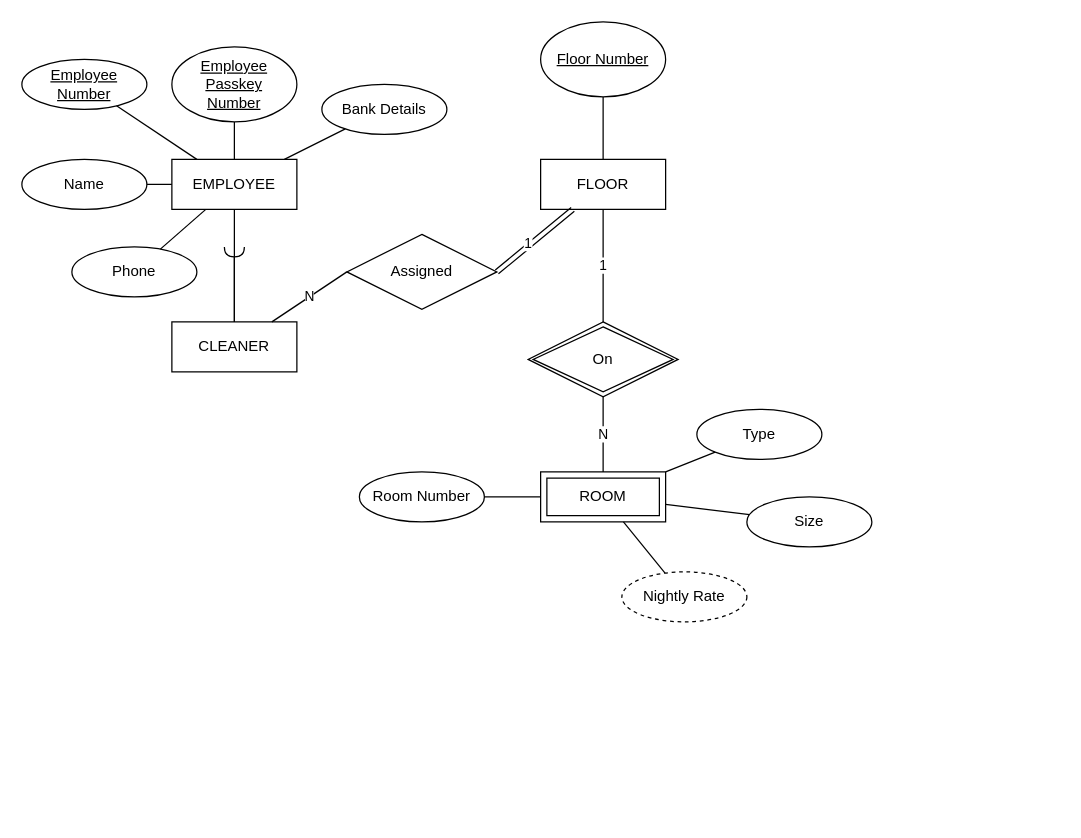
Earlier version of the draw.io diagram INFS 1200 25 T2 Assignment 1 Q1.2.drawio (ActuallyHappening/Classe-de-UQ). Source tidied: cells renumbered, new cells numbered last; positions are measured from the earlier drawing's top-left corner, leaving out a move shared by most shapes. Both pictures are drawn from the tidied source at 125%, with x=0, y=0 at pixel (21, 21).
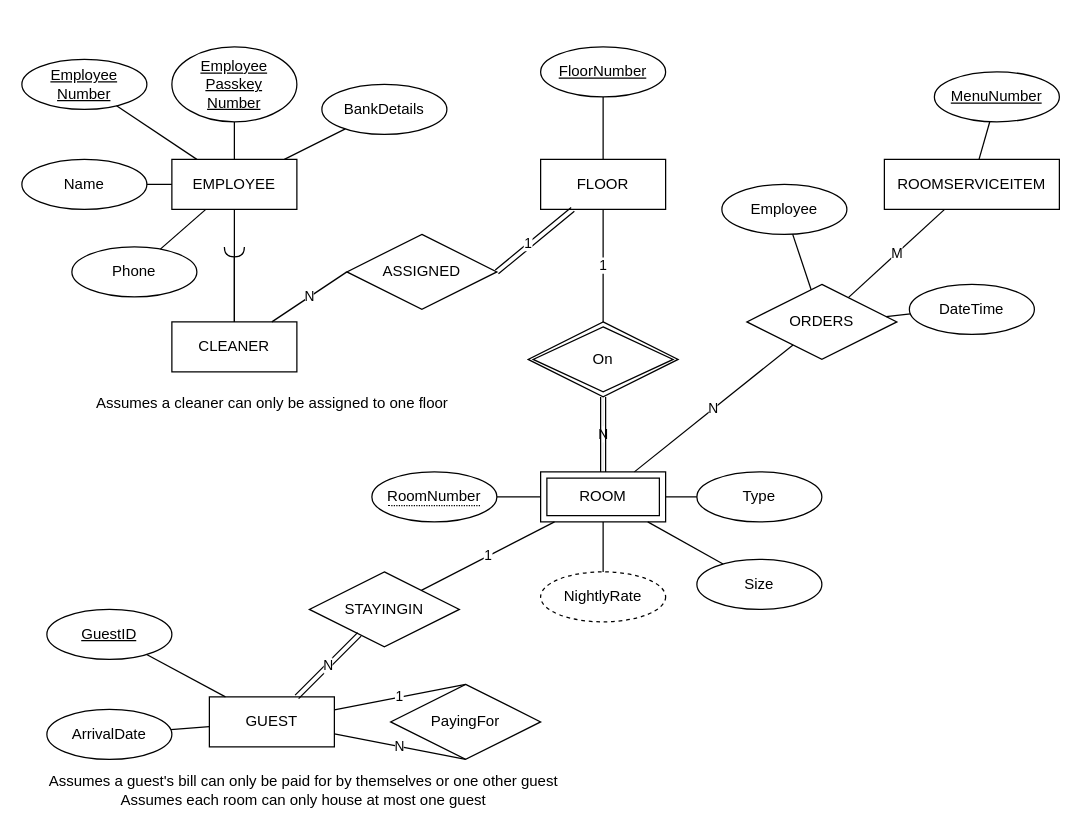
The same diagram, later.

The change refers to these unchanged cells:
```xml
<mxCell id="24" value="ROOM" style="shape=ext;margin=3;double=1;whiteSpace=wrap;html=1;align=center;" parent="1" vertex="1">
  <mxGeometry x="415" y="360" width="100" height="40" as="geometry" />
</mxCell>
<mxCell id="28" value="On" style="shape=rhombus;double=1;perimeter=rhombusPerimeter;whiteSpace=wrap;html=1;align=center;" parent="1" vertex="1">
  <mxGeometry x="405" y="240" width="120" height="60" as="geometry" />
</mxCell>
```

The edit, as a diff of the source:
```diff
@@
-    <mxCell id="11" value="Bank Details" style="ellipse;whiteSpace=wrap;html=1;align=center;" parent="1" vertex="1">
+    <mxCell id="11" value="BankDetails" style="ellipse;whiteSpace=wrap;html=1;align=center;" parent="1" vertex="1">
       <mxGeometry x="240" y="50" width="100" height="40" as="geometry" />
     </mxCell>
@@
-    <mxCell id="18" value="Floor Number" style="ellipse;whiteSpace=wrap;html=1;align=center;fontStyle=4;" parent="1" vertex="1">
-      <mxGeometry x="415" width="100" height="60" as="geometry" />
+    <mxCell id="18" value="FloorNumber" style="ellipse;whiteSpace=wrap;html=1;align=center;fontStyle=4;" parent="1" vertex="1">
+      <mxGeometry x="415" y="20" width="100" height="40" as="geometry" />
     </mxCell>
@@
-    <mxCell id="20" value="Assigned" style="shape=rhombus;perimeter=rhombusPerimeter;whiteSpace=wrap;html=1;align=center;" parent="1" vertex="1">
+    <mxCell id="20" value="ASSIGNED" style="shape=rhombus;perimeter=rhombusPerimeter;whiteSpace=wrap;html=1;align=center;" parent="1" vertex="1">
       <mxGeometry x="260" y="170" width="120" height="60" as="geometry" />
     </mxCell>
@@
-    <mxCell id="25" value="&lt;div&gt;Room Number&lt;/div&gt;" style="ellipse;whiteSpace=wrap;html=1;align=center;" parent="1" vertex="1">
-      <mxGeometry x="270" y="360" width="100" height="40" as="geometry" />
-    </mxCell>
-    <mxCell id="26" style="endArrow=none;html=1;rounded=0;" parent="1" edge="1" source="24" target="25">
+    <mxCell id="26" style="endArrow=none;html=1;rounded=0;" parent="1" edge="1" source="24" target="60">
       <mxGeometry relative="1" as="geometry" />
     </mxCell>
-    <mxCell id="27" value="N" style="endArrow=none;html=1;rounded=0;" parent="1" edge="1" source="24" target="28">
+    <mxCell id="27" value="N" style="endArrow=none;html=1;rounded=0;strokeWidth=0;" parent="1" edge="1" source="24" target="28">
       <mxGeometry relative="1" as="geometry" />
     </mxCell>
+    <mxCell id="36" style="edgeStyle=orthogonalEdgeStyle;rounded=0;jettySize=auto;html=1;shape=link;" parent="1" edge="1" source="28" target="24">
+      <mxGeometry relative="1" as="geometry" />
+    </mxCell>
@@
     <mxCell id="30" value="Type" style="ellipse;whiteSpace=wrap;html=1;align=center;" parent="1" vertex="1">
-      <mxGeometry x="540" y="310" width="100" height="40" as="geometry" />
+      <mxGeometry x="540" y="360" width="100" height="40" as="geometry" />
     </mxCell>
     <mxCell id="31" value="Size" style="ellipse;whiteSpace=wrap;html=1;align=center;" parent="1" vertex="1">
-      <mxGeometry x="580" y="380" width="100" height="40" as="geometry" />
+      <mxGeometry x="540" y="430" width="100" height="40" as="geometry" />
     </mxCell>
@@
-    <mxCell id="34" value="Nightly Rate" style="ellipse;whiteSpace=wrap;html=1;align=center;dashed=1;" parent="1" vertex="1">
-      <mxGeometry x="480" y="440" width="100" height="40" as="geometry" />
+    <mxCell id="34" value="NightlyRate" style="ellipse;whiteSpace=wrap;html=1;align=center;dashed=1;" parent="1" vertex="1">
+      <mxGeometry x="415" y="440" width="100" height="40" as="geometry" />
     </mxCell>
@@
+    <mxCell id="37" value="GUEST" style="whiteSpace=wrap;html=1;align=center;" parent="1" vertex="1">
+      <mxGeometry x="150" y="540" width="100" height="40" as="geometry" />
+    </mxCell>
+    <mxCell id="38" value="GuestID" style="ellipse;whiteSpace=wrap;html=1;align=center;fontStyle=4;" parent="1" vertex="1">
+      <mxGeometry x="20" y="470" width="100" height="40" as="geometry" />
+    </mxCell>
+    <mxCell id="39" style="endArrow=none;html=1;rounded=0;" parent="1" edge="1" source="37" target="38">
+      <mxGeometry relative="1" as="geometry" />
+    </mxCell>
+    <mxCell id="40" value="ArrivalDate" style="ellipse;whiteSpace=wrap;html=1;align=center;" parent="1" vertex="1">
+      <mxGeometry x="20" y="550" width="100" height="40" as="geometry" />
+    </mxCell>
+    <mxCell id="41" value="STAYINGIN" style="shape=rhombus;perimeter=rhombusPerimeter;whiteSpace=wrap;html=1;align=center;" parent="1" vertex="1">
+      <mxGeometry x="230" y="440" width="120" height="60" as="geometry" />
+    </mxCell>
+    <mxCell id="42" style="endArrow=none;html=1;rounded=0;" parent="1" edge="1" source="37" target="40">
+      <mxGeometry relative="1" as="geometry" />
+    </mxCell>
+    <mxCell id="43" value="N" style="endArrow=none;html=1;rounded=0;shape=link;" parent="1" edge="1" source="37" target="41">
+      <mxGeometry relative="1" as="geometry" />
+    </mxCell>
+    <mxCell id="44" value="1" style="endArrow=none;html=1;rounded=0;" parent="1" edge="1" source="41" target="24">
+      <mxGeometry relative="1" as="geometry" />
+    </mxCell>
+    <mxCell id="45" value="PayingFor" style="shape=rhombus;perimeter=rhombusPerimeter;whiteSpace=wrap;html=1;align=center;" parent="1" vertex="1">
+      <mxGeometry x="295" y="530" width="120" height="60" as="geometry" />
+    </mxCell>
+    <mxCell id="46" value="1" style="endArrow=none;html=1;rounded=0;entryX=0.5;entryY=0;entryDx=0;entryDy=0;" parent="1" edge="1" source="37" target="45">
+      <mxGeometry relative="1" as="geometry" />
+    </mxCell>
+    <mxCell id="47" value="N" style="endArrow=none;html=1;rounded=0;entryX=0.5;entryY=1;entryDx=0;entryDy=0;" parent="1" edge="1" source="37" target="45">
+      <mxGeometry relative="1" as="geometry" />
+    </mxCell>
+    <mxCell id="48" value="&lt;div&gt;Assumes a guest's bill can only be paid for by themselves or one other guest&lt;/div&gt;&lt;div&gt;Assumes each room can only house at most one guest&lt;/div&gt;" style="text;html=1;align=center;verticalAlign=middle;strokeColor=none;fillColor=none;" parent="1" vertex="1">
+      <mxGeometry x="10" y="595" width="430" height="40" as="geometry" />
+    </mxCell>
+    <mxCell id="49" value="ROOMSERVICEITEM" style="whiteSpace=wrap;html=1;align=center;" parent="1" vertex="1">
+      <mxGeometry x="690" y="110" width="140" height="40" as="geometry" />
+    </mxCell>
+    <mxCell id="50" value="MenuNumber" style="ellipse;whiteSpace=wrap;html=1;align=center;fontStyle=4;" parent="1" vertex="1">
+      <mxGeometry x="730" y="40" width="100" height="40" as="geometry" />
+    </mxCell>
+    <mxCell id="51" style="endArrow=none;html=1;rounded=0;" parent="1" edge="1" source="49" target="50">
+      <mxGeometry relative="1" as="geometry" />
+    </mxCell>
+    <mxCell id="52" value="ORDERS" style="shape=rhombus;perimeter=rhombusPerimeter;whiteSpace=wrap;html=1;align=center;" parent="1" vertex="1">
+      <mxGeometry x="580" y="210" width="120" height="60" as="geometry" />
+    </mxCell>
+    <mxCell id="53" value="N" style="endArrow=none;html=1;rounded=0;" parent="1" edge="1" source="24" target="52">
+      <mxGeometry relative="1" as="geometry" />
+    </mxCell>
+    <mxCell id="54" value="M" style="endArrow=none;html=1;rounded=0;" parent="1" edge="1" source="52" target="49">
+      <mxGeometry relative="1" as="geometry" />
+    </mxCell>
+    <mxCell id="55" value="Employee" style="ellipse;whiteSpace=wrap;html=1;align=center;" parent="1" vertex="1">
+      <mxGeometry x="560" y="130" width="100" height="40" as="geometry" />
+    </mxCell>
+    <mxCell id="56" style="endArrow=none;html=1;rounded=0;" parent="1" edge="1" source="52" target="55">
+      <mxGeometry relative="1" as="geometry" />
+    </mxCell>
+    <mxCell id="57" value="DateTime" style="ellipse;whiteSpace=wrap;html=1;align=center;" parent="1" vertex="1">
+      <mxGeometry x="710" y="210" width="100" height="40" as="geometry" />
+    </mxCell>
+    <mxCell id="58" style="endArrow=none;html=1;rounded=0;" parent="1" edge="1" source="57" target="52">
+      <mxGeometry relative="1" as="geometry" />
+    </mxCell>
+    <mxCell id="59" value="Assumes a cleaner can only be assigned to one floor" style="text;html=1;align=center;verticalAlign=middle;strokeColor=none;fillColor=none;" parent="1" vertex="1">
+      <mxGeometry x="50" y="290" width="300" height="30" as="geometry" />
+    </mxCell>
+    <mxCell id="60" value="&lt;span style=&quot;border-bottom: 1px dotted;&quot;&gt;RoomNumber&lt;/span&gt;" style="ellipse;whiteSpace=wrap;html=1;align=center;" parent="1" vertex="1">
+      <mxGeometry x="280" y="360" width="100" height="40" as="geometry" />
+    </mxCell>
```
